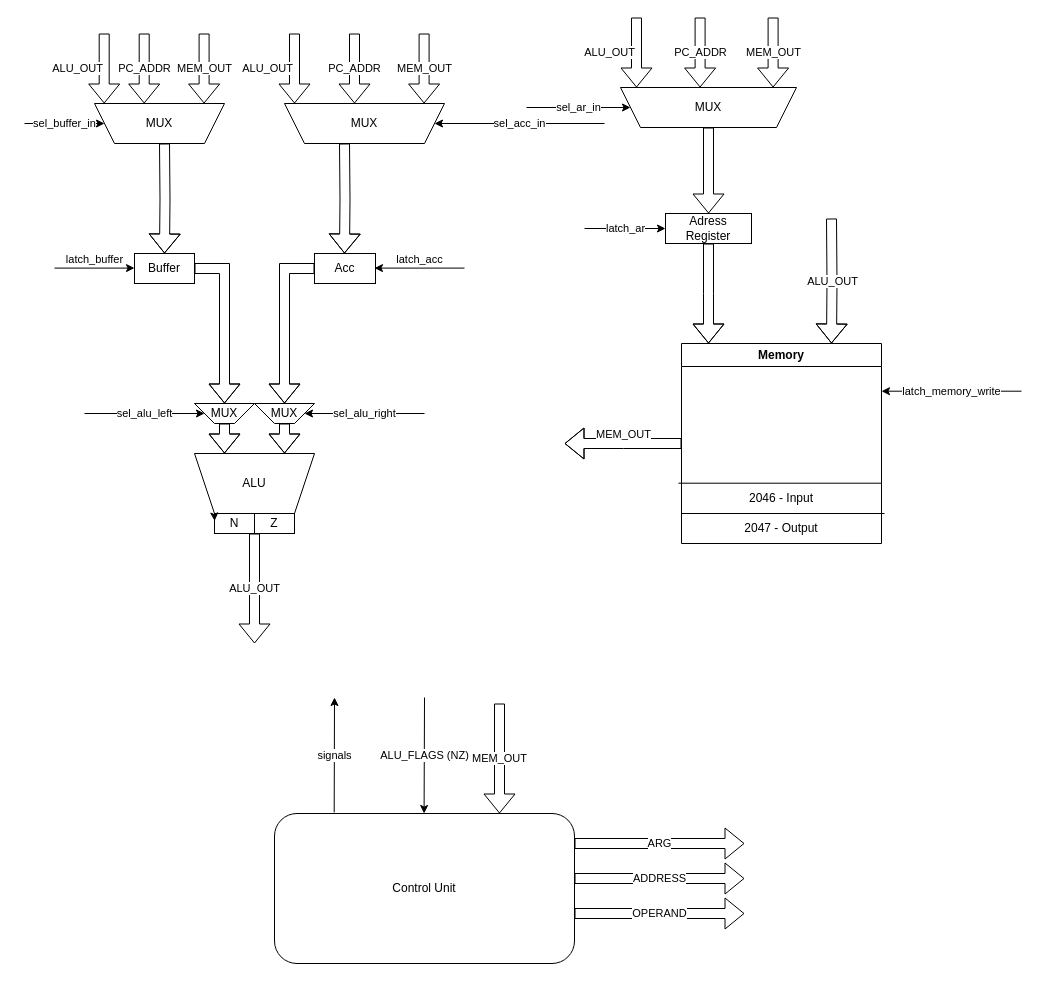
Before: docs/schemes/datapath.drawio in FEgor04/csa-lab3, a draw.io diagram. Source tidied: cells renumbered, new cells numbered last; positions are measured from the earlier drawing's top-left corner, leaving out a move shared by most shapes. Both pictures are drawn from the tidied source at 100%, with x=0, y=0 at pixel (24, 17).
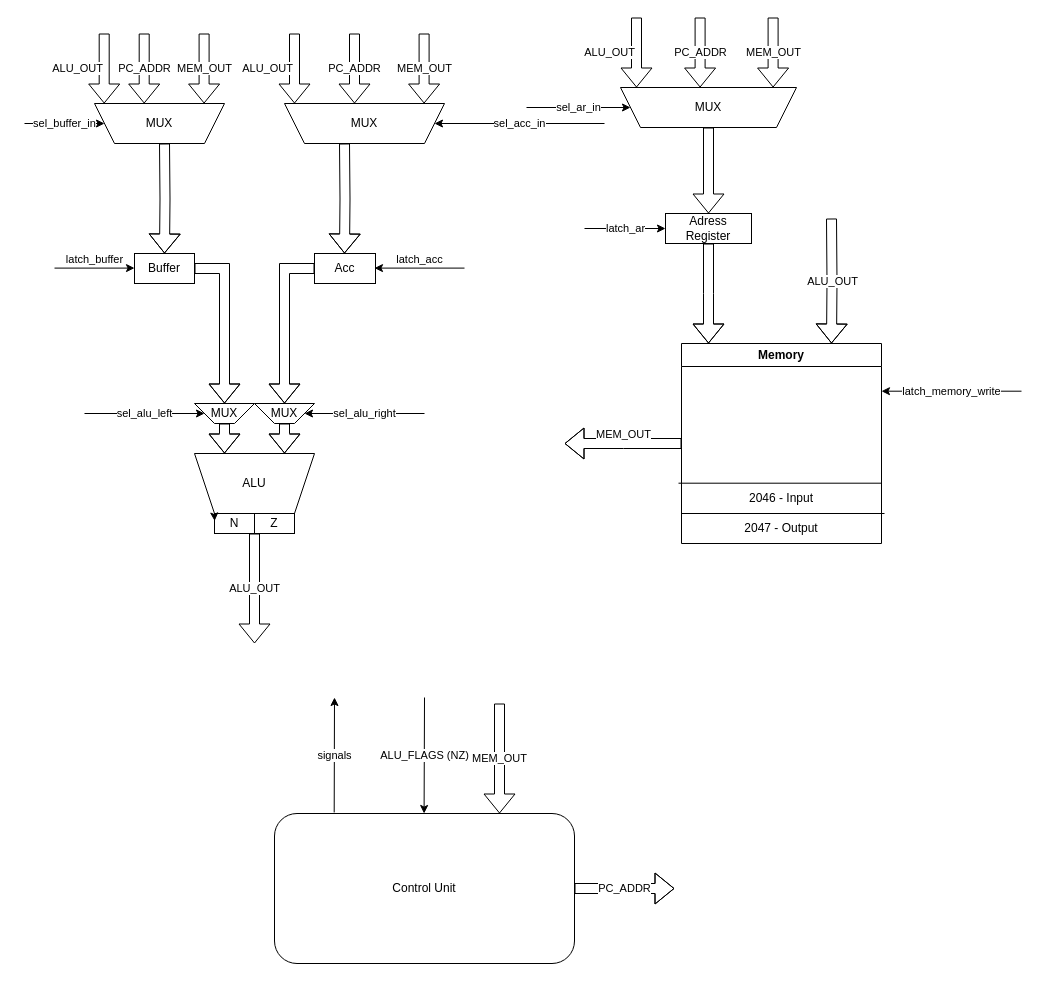
The same page after the edit.

The change refers to these unchanged cells:
```xml
<mxCell id="41" value="Control Unit" style="rounded=1;whiteSpace=wrap;html=1;" parent="1" vertex="1">
  <mxGeometry x="250" y="796" width="300" height="150" as="geometry" />
</mxCell>
```

The edit, as a diff of the source:
```diff
@@
-    <mxCell id="39" value="ARG" style="edgeStyle=orthogonalEdgeStyle;rounded=0;orthogonalLoop=1;jettySize=auto;html=1;shape=flexArrow;" parent="1" edge="1">
-      <mxGeometry relative="1" as="geometry">
-        <mxPoint x="550" y="826" as="sourcePoint" />
-        <mxPoint x="720" y="826" as="targetPoint" />
-      </mxGeometry>
-    </mxCell>
-    <mxCell id="40" value="OPERAND" style="edgeStyle=orthogonalEdgeStyle;rounded=0;orthogonalLoop=1;jettySize=auto;html=1;shape=flexArrow;" parent="1" edge="1">
-      <mxGeometry relative="1" as="geometry">
-        <mxPoint x="550" y="896" as="sourcePoint" />
-        <mxPoint x="720" y="896" as="targetPoint" />
-      </mxGeometry>
-    </mxCell>
+    <mxCell id="56" value="PC_ADDR" style="edgeStyle=orthogonalEdgeStyle;rounded=0;jettySize=auto;html=1;shape=flexArrow;" parent="1" edge="1" source="41">
+      <mxGeometry relative="1" as="geometry">
+        <mxPoint x="650" y="871" as="targetPoint" />
+      </mxGeometry>
+    </mxCell>
@@
-    <mxCell id="48" value="ADDRESS" style="edgeStyle=orthogonalEdgeStyle;rounded=0;orthogonalLoop=1;jettySize=auto;html=1;shape=flexArrow;" parent="1" edge="1">
-      <mxGeometry relative="1" as="geometry">
-        <mxPoint x="550" y="861" as="sourcePoint" />
-        <mxPoint x="720" y="861" as="targetPoint" />
-      </mxGeometry>
-    </mxCell>
```
